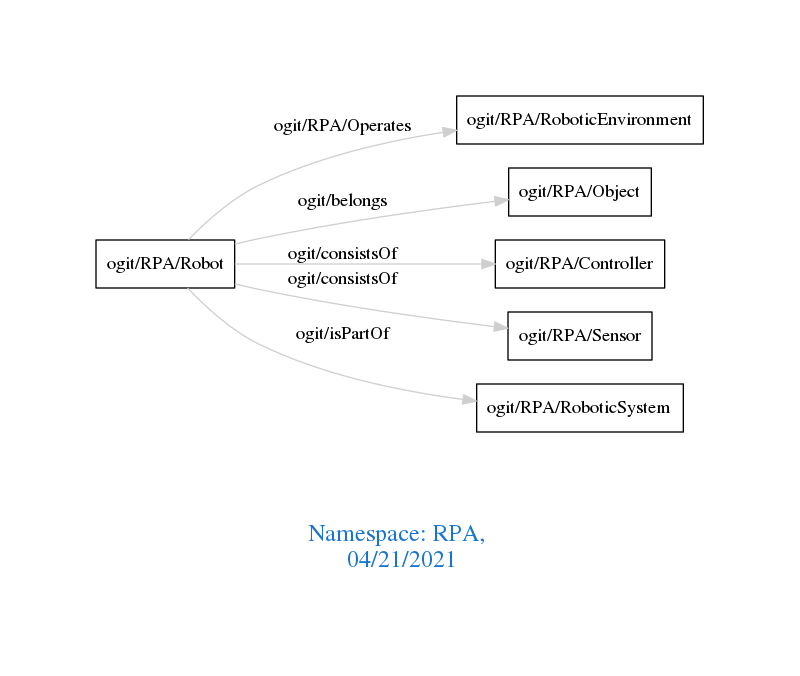
This is downloads/RPA.png from arago/OGIT, a Graphviz export, as it was before one commit. Its source is kept beside it as downloads/RPA.dot.
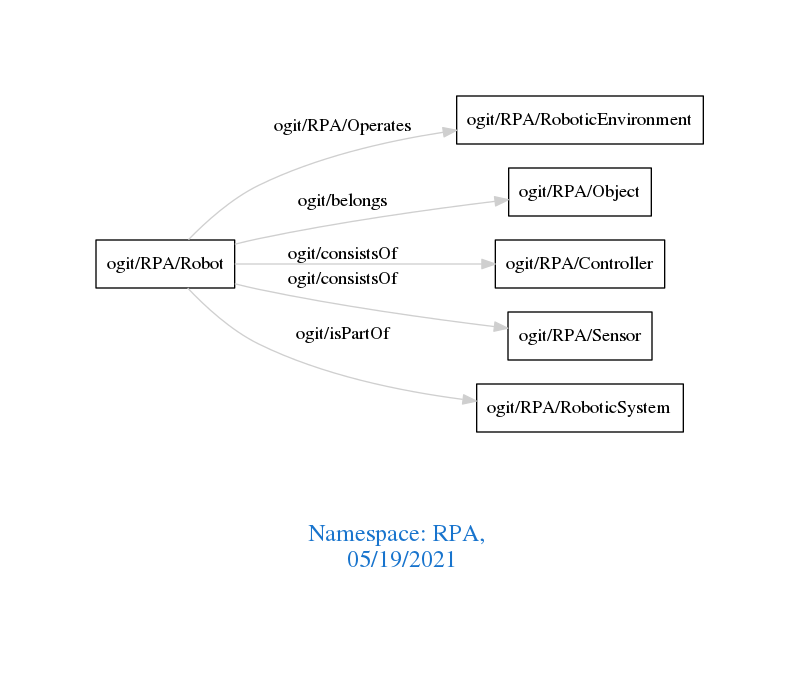
The same diagram one commit later.

Diff of the diagram source:
```diff
@@ -1,7 +1,7 @@
 digraph OGIT_ontology {
  graph [ rankdir= LR,pad=1
 fontsize = 18,
-fontcolor= dodgerblue3,label = "\n\n\nNamespace: RPA, \n 04/21/2021"];
+fontcolor= dodgerblue3,label = "\n\n\nNamespace: RPA, \n 05/19/2021"];
 node[shape=polygon];
 edge [  color="gray81"];
 
```
